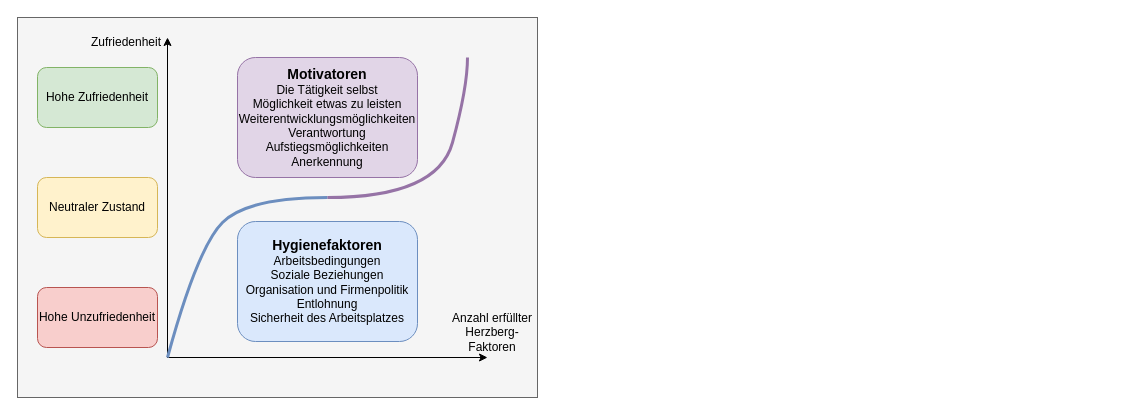
This is Zwei Faktoren Theorie von Herzberg.drawio from SirBing/UML, a draw.io file, before an edit. Source tidied: cells renumbered, new cells numbered last; positions are measured from the earlier drawing's top-left corner, leaving out a move shared by most shapes. Both pictures are drawn from the tidied source at 100%, with x=0, y=0 at pixel (17, 17).
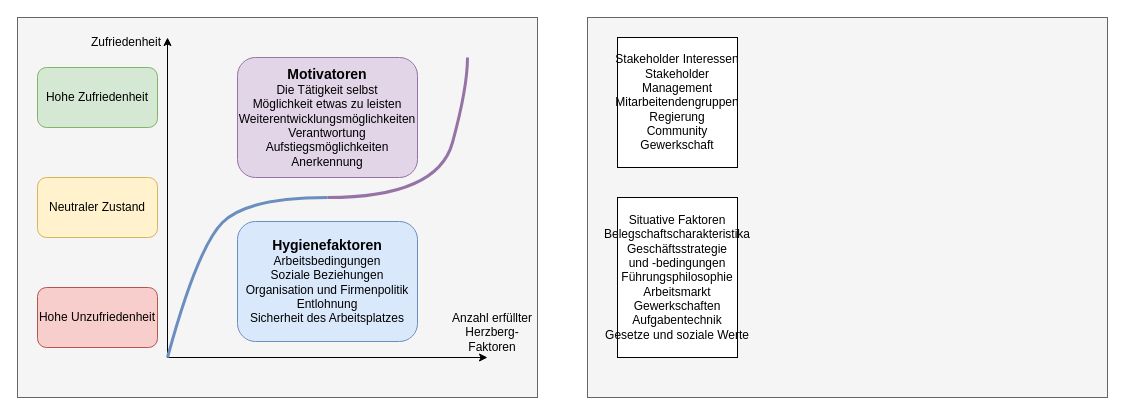
Above is the later version.

Change to the diagram source:
```diff
@@
+    <mxCell id="14" style="rounded=0;whiteSpace=wrap;html=1;fontSize=12;fillColor=#f5f5f5;fontColor=#333333;strokeColor=#666666;" parent="1" vertex="1">
+      <mxGeometry x="570" width="520" height="380" as="geometry" />
+    </mxCell>
+    <mxCell id="15" value="&lt;div&gt;Stakeholder Interessen&lt;/div&gt;&lt;div&gt;Stakeholder Management&lt;/div&gt;&lt;div&gt;Mitarbeitendengruppen&lt;/div&gt;&lt;div&gt;Regierung&lt;/div&gt;&lt;div&gt;Community&lt;/div&gt;&lt;div&gt;Gewerkschaft&lt;br&gt;&lt;/div&gt;" style="rounded=0;whiteSpace=wrap;html=1;" parent="1" vertex="1">
+      <mxGeometry x="600" y="20" width="120" height="130" as="geometry" />
+    </mxCell>
+    <mxCell id="16" value="&lt;div&gt;Situative Faktoren&lt;/div&gt;&lt;div&gt;Belegschaftscharakteristika&lt;/div&gt;&lt;div&gt;Geschäftsstrategie&lt;/div&gt;&lt;div&gt;und -bedingungen&lt;/div&gt;&lt;div&gt;Führungsphilosophie&lt;/div&gt;&lt;div&gt;Arbeitsmarkt&lt;/div&gt;&lt;div&gt;Gewerkschaften&lt;/div&gt;&lt;div&gt;Aufgabentechnik&lt;/div&gt;&lt;div&gt;Gesetze und soziale Werte&lt;br&gt;&lt;/div&gt;" style="rounded=0;whiteSpace=wrap;html=1;" parent="1" vertex="1">
+      <mxGeometry x="600" y="180" width="120" height="160" as="geometry" />
+    </mxCell>
```
